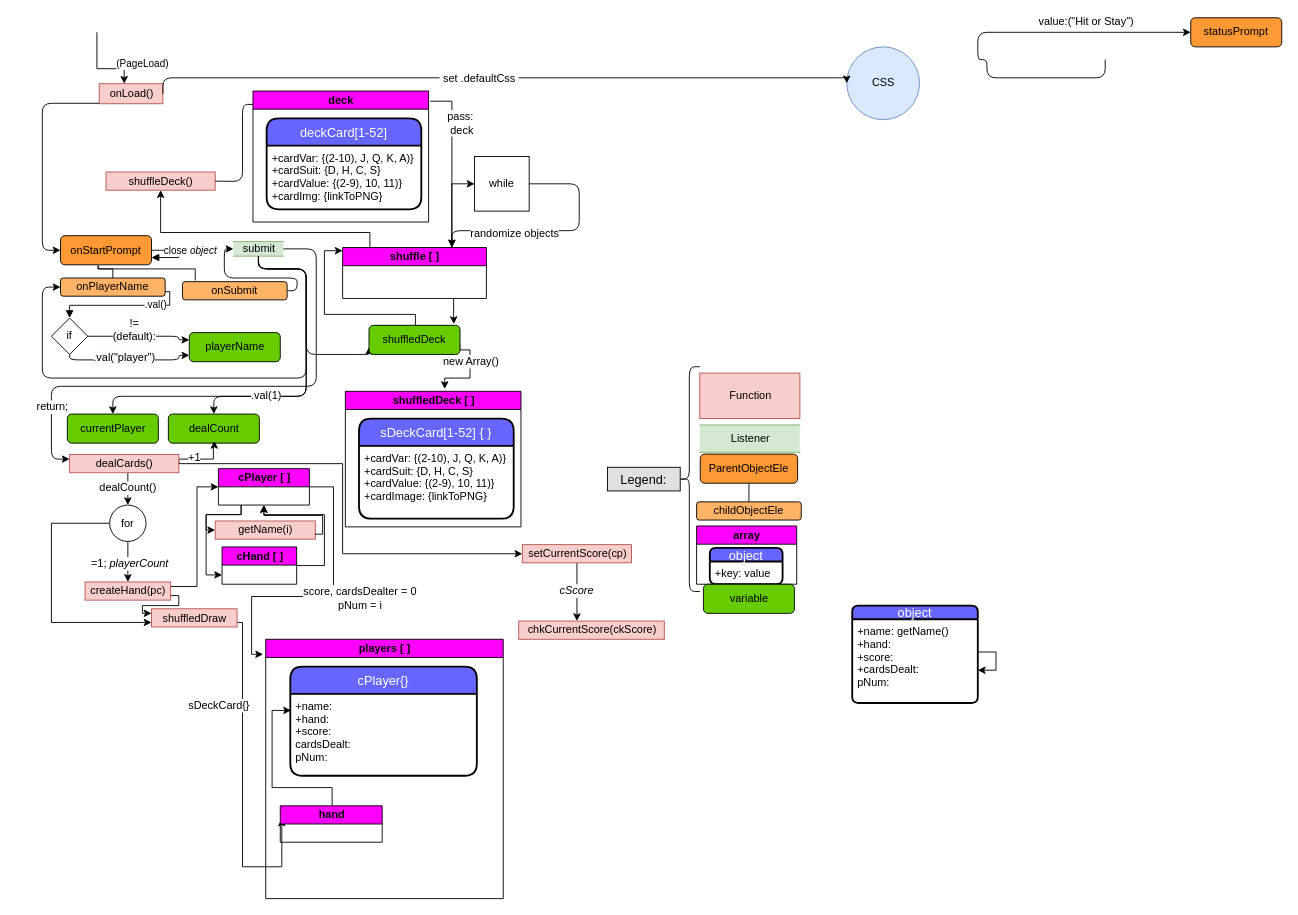
This is page "jsControlFlow" (1 of 2) of project/Ga-Project1-WireFrames.drawio from sageguy09/ga-project1-blackjack, a draw.io file, before an edit. Source tidied: cells renumbered, new cells numbered last; positions are measured from the earlier drawing's top-left corner, leaving out a move shared by most shapes. Both pictures are drawn from the tidied source at 91%, with x=0, y=0 at pixel (42, 17).
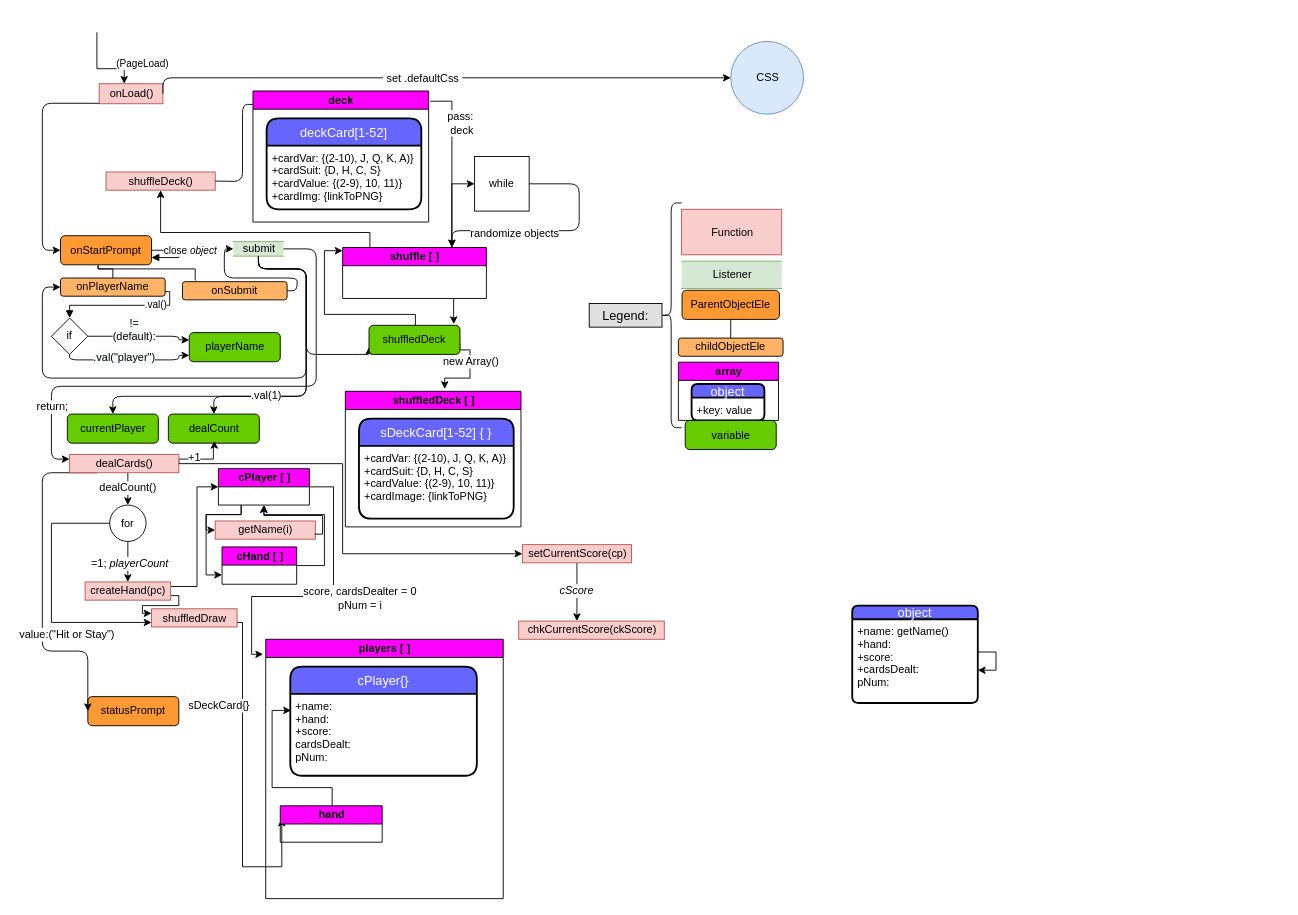
The same diagram, later.

Commit message (it also covers changes not shown here):
final update before due.

The change refers to these unchanged cells:
```xml
<mxCell id="75" value="dealCards()" style="html=1;dashed=0;whitespace=wrap;fillColor=#f8cecc;strokeColor=#b85450;" parent="1" vertex="1">
  <mxGeometry x="30" y="480" width="120" height="20" as="geometry" />
</mxCell>
```

What changed in the source:
```diff
@@
     <mxCell id="2" value="Function" style="html=1;dashed=0;whitespace=wrap;fillColor=#f8cecc;strokeColor=#b85450;" parent="1" vertex="1">
-      <mxGeometry x="722.5" y="390.5" width="110" height="50" as="geometry" />
+      <mxGeometry x="702.5" y="210.5" width="110" height="50" as="geometry" />
     </mxCell>
@@
     <mxCell id="5" value="Listener" style="html=1;dashed=0;whitespace=wrap;shape=partialRectangle;right=0;left=0;fillColor=#d5e8d4;strokeColor=#82b366;" parent="1" vertex="1">
-      <mxGeometry x="722.5" y="447.5" width="110" height="30" as="geometry" />
+      <mxGeometry x="702.5" y="267.5" width="110" height="30" as="geometry" />
     </mxCell>
     <mxCell id="6" value="CSS" style="shape=ellipse;html=1;dashed=0;whitespace=wrap;perimeter=ellipsePerimeter;fillColor=#dae8fc;strokeColor=#6c8ebf;" parent="1" vertex="1">
-      <mxGeometry x="884" y="32" width="80" height="80" as="geometry" />
+      <mxGeometry x="756.5" y="26" width="80" height="80" as="geometry" />
     </mxCell>
@@
     <mxCell id="11" value="ParentObjectEle" style="rounded=1;whiteSpace=wrap;html=1;fillColor=#FF9933;" parent="1" vertex="1">
-      <mxGeometry x="723" y="479.5" width="107" height="32" as="geometry" />
+      <mxGeometry x="703" y="299.5" width="107" height="32" as="geometry" />
     </mxCell>
     <mxCell id="12" value="childObjectEle" style="rounded=1;whiteSpace=wrap;html=1;fillColor=#FFB366;" parent="1" vertex="1">
-      <mxGeometry x="719" y="532" width="115" height="20" as="geometry" />
+      <mxGeometry x="699" y="352" width="115" height="20" as="geometry" />
     </mxCell>
@@
     <mxCell id="32" value="statusPrompt" style="rounded=1;whiteSpace=wrap;html=1;fillColor=#FF9933;" parent="1" vertex="1">
-      <mxGeometry x="1262" width="100" height="32" as="geometry" />
+      <mxGeometry x="50" y="746" width="100" height="32" as="geometry" />
     </mxCell>
-    <mxCell id="33" style="edgeStyle=orthogonalEdgeStyle;endArrow=classic;html=1;elbow=vertical;entryX=0;entryY=0.5;entryDx=0;entryDy=0;" parent="1" edge="1" target="32">
+    <mxCell id="33" style="edgeStyle=orthogonalEdgeStyle;endArrow=classic;html=1;elbow=vertical;entryX=0;entryY=0.5;entryDx=0;entryDy=0;exitX=0.25;exitY=1;exitDx=0;exitDy=0;" parent="1" edge="1" source="75" target="32">
       <mxGeometry relative="1" as="geometry">
-        <mxPoint x="1168" y="46" as="sourcePoint" />
         <Array as="points">
-          <mxPoint x="1168" y="66" />
-          <mxPoint x="1038" y="66" />
-          <mxPoint x="1038" y="46" />
-          <mxPoint x="1028" y="46" />
-          <mxPoint x="1028" y="16" />
+          <mxPoint y="500" />
+          <mxPoint y="696" />
+          <mxPoint x="50" y="696" />
         </Array>
       </mxGeometry>
     </mxCell>
@@
     <mxCell id="35" value="Legend:" style="text;align=center;verticalAlign=middle;spacingLeft=4;spacingRight=4;strokeColor=#000000;fillColor=#e0e0e0;fontSize=14;" parent="1" vertex="1">
-      <mxGeometry x="621" y="494" width="80" height="26" as="geometry" />
+      <mxGeometry x="601" y="314" width="80" height="26" as="geometry" />
     </mxCell>
     <mxCell id="36" style="shape=curlyBracket;whiteSpace=wrap;html=1;rounded=1;fillColor=#CC00CC;" parent="1" vertex="1">
-      <mxGeometry x="699.5" y="383.5" width="23" height="247" as="geometry" />
+      <mxGeometry x="679.5" y="203.5" width="23" height="247" as="geometry" />
     </mxCell>
     <mxCell id="37" style="edgeStyle=elbowEdgeStyle;elbow=vertical;startArrow=none;endArrow=none;rounded=0;exitX=0.5;exitY=1;exitDx=0;exitDy=0;entryX=0.5;entryY=0;entryDx=0;entryDy=0;" parent="1" edge="1" source="11" target="12">
       <mxGeometry relative="1" as="geometry">
         <Array as="points">
-          <mxPoint x="800" y="520.5" />
-          <mxPoint x="747" y="611" />
-          <mxPoint x="737" y="611" />
-          <mxPoint x="737" y="621" />
-          <mxPoint x="747" y="621" />
-          <mxPoint x="787" y="621" />
+          <mxPoint x="780" y="340.5" />
+          <mxPoint x="727" y="431" />
+          <mxPoint x="717" y="431" />
+          <mxPoint x="717" y="441" />
+          <mxPoint x="727" y="441" />
+          <mxPoint x="767" y="441" />
         </Array>
       </mxGeometry>
     </mxCell>
     <mxCell id="38" value="array" style="swimlane;html=1;startSize=20;horizontal=1;containerType=tree;fillColor=#FF00FF;" parent="1" vertex="1">
-      <mxGeometry x="719" y="558.5" width="110" height="64" as="geometry" />
+      <mxGeometry x="699" y="378.5" width="110" height="64" as="geometry" />
     </mxCell>
@@
     <mxCell id="42" value="variable" style="rounded=1;whiteSpace=wrap;html=1;fillColor=#66CC00;" parent="1" vertex="1">
-      <mxGeometry x="726.5" y="622.5" width="100" height="32" as="geometry" />
+      <mxGeometry x="706.5" y="442.5" width="100" height="32" as="geometry" />
     </mxCell>
```
